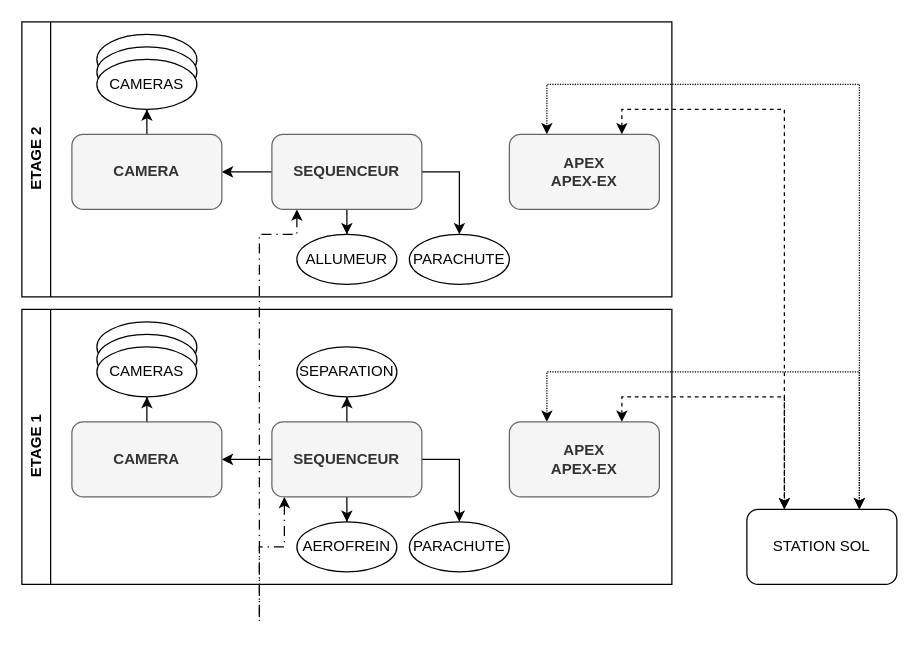
This is ARCHI/Schema_simple.drawio from povdoigt/SP-02, a draw.io file, before an edit. Source tidied: cells renumbered, new cells numbered last; positions are measured from the earlier drawing's top-left corner, leaving out a move shared by most shapes. Both pictures are drawn from the tidied source at 125%, with x=0, y=0 at pixel (21, 21).
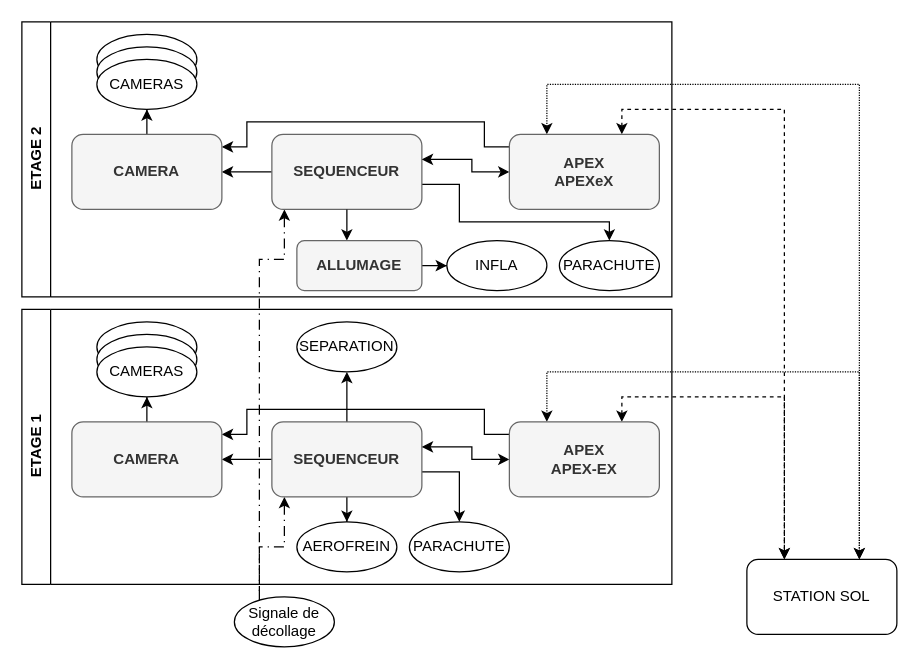
Above is the later version.

Unchanged cells that the change refers to:
```xml
<mxCell id="7" value="SEQUENCEUR" style="rounded=1;whiteSpace=wrap;html=1;fillColor=#f5f5f5;fontColor=#333333;strokeColor=#666666;fontStyle=1;" parent="1" vertex="1">
  <mxGeometry x="200" y="320" width="120" height="60" as="geometry" />
</mxCell>
<mxCell id="10" value="APEX&lt;br&gt;APEX-EX" style="rounded=1;whiteSpace=wrap;html=1;fillColor=#f5f5f5;fontColor=#333333;strokeColor=#666666;fontStyle=1;" parent="1" vertex="1">
  <mxGeometry x="390" y="320" width="120" height="60" as="geometry" />
</mxCell>
<mxCell id="13" value="PARACHUTE" style="ellipse;whiteSpace=wrap;html=1;" parent="1" vertex="1">
  <mxGeometry x="310" y="400" width="80" height="40" as="geometry" />
</mxCell>
<mxCell id="19" value="ETAGE 1" style="swimlane;whiteSpace=wrap;html=1;direction=east;horizontal=0;" parent="1" vertex="1">
  <mxGeometry y="230" width="520" height="220" as="geometry" />
</mxCell>
<mxCell id="24" value="SEQUENCEUR" style="rounded=1;whiteSpace=wrap;html=1;fillColor=#f5f5f5;fontColor=#333333;strokeColor=#666666;fontStyle=1;" parent="1" vertex="1">
  <mxGeometry x="200" y="90" width="120" height="60" as="geometry" />
</mxCell>
<mxCell id="35" value="ETAGE 2" style="swimlane;whiteSpace=wrap;html=1;direction=east;horizontal=0;" parent="1" vertex="1">
  <mxGeometry width="520" height="220" as="geometry" />
</mxCell>
```

Diff of the diagram source:
```diff
@@
     <mxCell id="3" style="edgeStyle=orthogonalEdgeStyle;rounded=0;jettySize=auto;html=1;entryX=0.5;entryY=0;entryDx=0;entryDy=0;" parent="1" edge="1" source="7" target="13">
       <mxGeometry relative="1" as="geometry">
         <Array as="points">
-          <mxPoint x="350" y="350" />
+          <mxPoint x="350" y="360" />
         </Array>
       </mxGeometry>
     </mxCell>
@@
+    <mxCell id="37" style="edgeStyle=orthogonalEdgeStyle;rounded=0;jettySize=auto;html=1;startArrow=classic;startFill=1;exitX=0;exitY=0.5;exitDx=0;exitDy=0;" parent="1" edge="1" source="10">
+      <mxGeometry relative="1" as="geometry">
+        <mxPoint x="320" y="340" as="targetPoint" />
+        <Array as="points">
+          <mxPoint x="360" y="350" />
+          <mxPoint x="360" y="340" />
+        </Array>
+      </mxGeometry>
+    </mxCell>
+    <mxCell id="38" style="edgeStyle=orthogonalEdgeStyle;rounded=0;jettySize=auto;html=1;" parent="1" edge="1" source="10">
+      <mxGeometry relative="1" as="geometry">
+        <mxPoint x="160" y="330" as="targetPoint" />
+        <Array as="points">
+          <mxPoint x="370" y="330" />
+          <mxPoint x="370" y="310" />
+          <mxPoint x="180" y="310" />
+          <mxPoint x="180" y="330" />
+          <mxPoint x="160" y="330" />
+        </Array>
+      </mxGeometry>
+    </mxCell>
@@
-    <mxCell id="11" value="SEPARATION" style="ellipse;whiteSpace=wrap;html=1;" parent="1" vertex="1">
-      <mxGeometry x="220" y="260" width="80" height="40" as="geometry" />
-    </mxCell>
@@
-    <mxCell id="20" style="edgeStyle=orthogonalEdgeStyle;rounded=0;jettySize=auto;html=1;entryX=0.5;entryY=0;entryDx=0;entryDy=0;" parent="1" edge="1" source="24" target="28">
-      <mxGeometry relative="1" as="geometry" />
-    </mxCell>
+    <mxCell id="11" value="SEPARATION" style="ellipse;whiteSpace=wrap;html=1;" parent="19" vertex="1">
+      <mxGeometry x="220" y="10" width="80" height="40" as="geometry" />
+    </mxCell>
     <mxCell id="21" style="edgeStyle=orthogonalEdgeStyle;rounded=0;jettySize=auto;html=1;entryX=0.5;entryY=0;entryDx=0;entryDy=0;" parent="1" edge="1" source="24" target="29">
       <mxGeometry relative="1" as="geometry">
         <Array as="points">
-          <mxPoint x="350" y="120" />
+          <mxPoint x="350" y="130" />
+          <mxPoint x="350" y="160" />
+          <mxPoint x="470" y="160" />
         </Array>
       </mxGeometry>
     </mxCell>
@@
-    <mxCell id="23" style="edgeStyle=orthogonalEdgeStyle;rounded=0;jettySize=auto;html=1;endArrow=none;endFill=0;startArrow=classic;startFill=1;dashed=1;dashPattern=8 4 1 4;" parent="1" edge="1" source="24">
+    <mxCell id="23" style="edgeStyle=orthogonalEdgeStyle;rounded=0;orthogonalLoop=1;jettySize=auto;html=1;endArrow=none;endFill=0;startArrow=classic;startFill=1;dashed=1;dashPattern=8 4 1 4;" parent="1" edge="1">
       <mxGeometry relative="1" as="geometry">
+        <mxPoint x="210" y="150" as="sourcePoint" />
         <mxPoint x="190" y="480" as="targetPoint" />
         <Array as="points">
-          <mxPoint x="220" y="170" />
-          <mxPoint x="190" y="170" />
+          <mxPoint x="210" y="190" />
+          <mxPoint x="190" y="190" />
         </Array>
       </mxGeometry>
     </mxCell>
@@
+    <mxCell id="39" style="edgeStyle=orthogonalEdgeStyle;rounded=0;orthogonalLoop=1;jettySize=auto;html=1;startArrow=classic;startFill=1;" parent="1" edge="1">
+      <mxGeometry relative="1" as="geometry">
+        <mxPoint x="390" y="120" as="sourcePoint" />
+        <mxPoint x="320" y="110" as="targetPoint" />
+        <Array as="points">
+          <mxPoint x="360" y="120" />
+          <mxPoint x="360" y="110" />
+        </Array>
+      </mxGeometry>
+    </mxCell>
+    <mxCell id="40" style="edgeStyle=orthogonalEdgeStyle;rounded=0;jettySize=auto;html=1;" parent="1" edge="1" source="27">
+      <mxGeometry relative="1" as="geometry">
+        <mxPoint x="160" y="100" as="targetPoint" />
+        <Array as="points">
+          <mxPoint x="370" y="100" />
+          <mxPoint x="370" y="80" />
+          <mxPoint x="180" y="80" />
+          <mxPoint x="180" y="100" />
+        </Array>
+      </mxGeometry>
+    </mxCell>
-    <mxCell id="27" value="APEX&lt;br&gt;APEX-EX" style="rounded=1;whiteSpace=wrap;html=1;fillColor=#f5f5f5;fontColor=#333333;strokeColor=#666666;fontStyle=1;" parent="1" vertex="1">
+    <mxCell id="27" value="APEX&lt;br&gt;APEXeX" style="rounded=1;whiteSpace=wrap;html=1;fillColor=#f5f5f5;fontColor=#333333;strokeColor=#666666;fontStyle=1;" parent="1" vertex="1">
       <mxGeometry x="390" y="90" width="120" height="60" as="geometry" />
     </mxCell>
-    <mxCell id="28" value="ALLUMEUR" style="ellipse;whiteSpace=wrap;html=1;" parent="1" vertex="1">
-      <mxGeometry x="220" y="170" width="80" height="40" as="geometry" />
-    </mxCell>
-    <mxCell id="29" value="PARACHUTE" style="ellipse;whiteSpace=wrap;html=1;" parent="1" vertex="1">
-      <mxGeometry x="310" y="170" width="80" height="40" as="geometry" />
-    </mxCell>
@@
+    <mxCell id="29" value="PARACHUTE" style="ellipse;whiteSpace=wrap;html=1;" parent="35" vertex="1">
+      <mxGeometry x="430" y="175" width="80" height="40" as="geometry" />
+    </mxCell>
+    <mxCell id="28" value="INFLA" style="ellipse;whiteSpace=wrap;html=1;" parent="35" vertex="1">
+      <mxGeometry x="340" y="175" width="80" height="40" as="geometry" />
+    </mxCell>
     <mxCell id="36" value="STATION SOL" style="rounded=1;whiteSpace=wrap;html=1;" parent="1" vertex="1">
-      <mxGeometry x="580" y="390" width="120" height="60" as="geometry" />
+      <mxGeometry x="580" y="430" width="120" height="60" as="geometry" />
     </mxCell>
+    <mxCell id="41" value="Signale de décollage" style="ellipse;whiteSpace=wrap;html=1;" parent="1" vertex="1">
+      <mxGeometry x="170" y="460" width="80" height="40" as="geometry" />
+    </mxCell>
+    <mxCell id="42" style="edgeStyle=orthogonalEdgeStyle;rounded=0;jettySize=auto;html=1;" parent="1" edge="1" source="24">
+      <mxGeometry relative="1" as="geometry">
+        <mxPoint x="260" y="175" as="targetPoint" />
+      </mxGeometry>
+    </mxCell>
+    <mxCell id="43" style="edgeStyle=orthogonalEdgeStyle;rounded=0;jettySize=auto;html=1;entryX=0;entryY=0.5;entryDx=0;entryDy=0;" parent="1" edge="1" source="44" target="28">
+      <mxGeometry relative="1" as="geometry" />
+    </mxCell>
+    <mxCell id="44" value="ALLUMAGE" style="rounded=1;whiteSpace=wrap;html=1;fillColor=#f5f5f5;fontColor=#333333;strokeColor=#666666;fontStyle=1;" parent="1" vertex="1">
+      <mxGeometry x="220" y="175" width="100" height="40" as="geometry" />
+    </mxCell>
```
